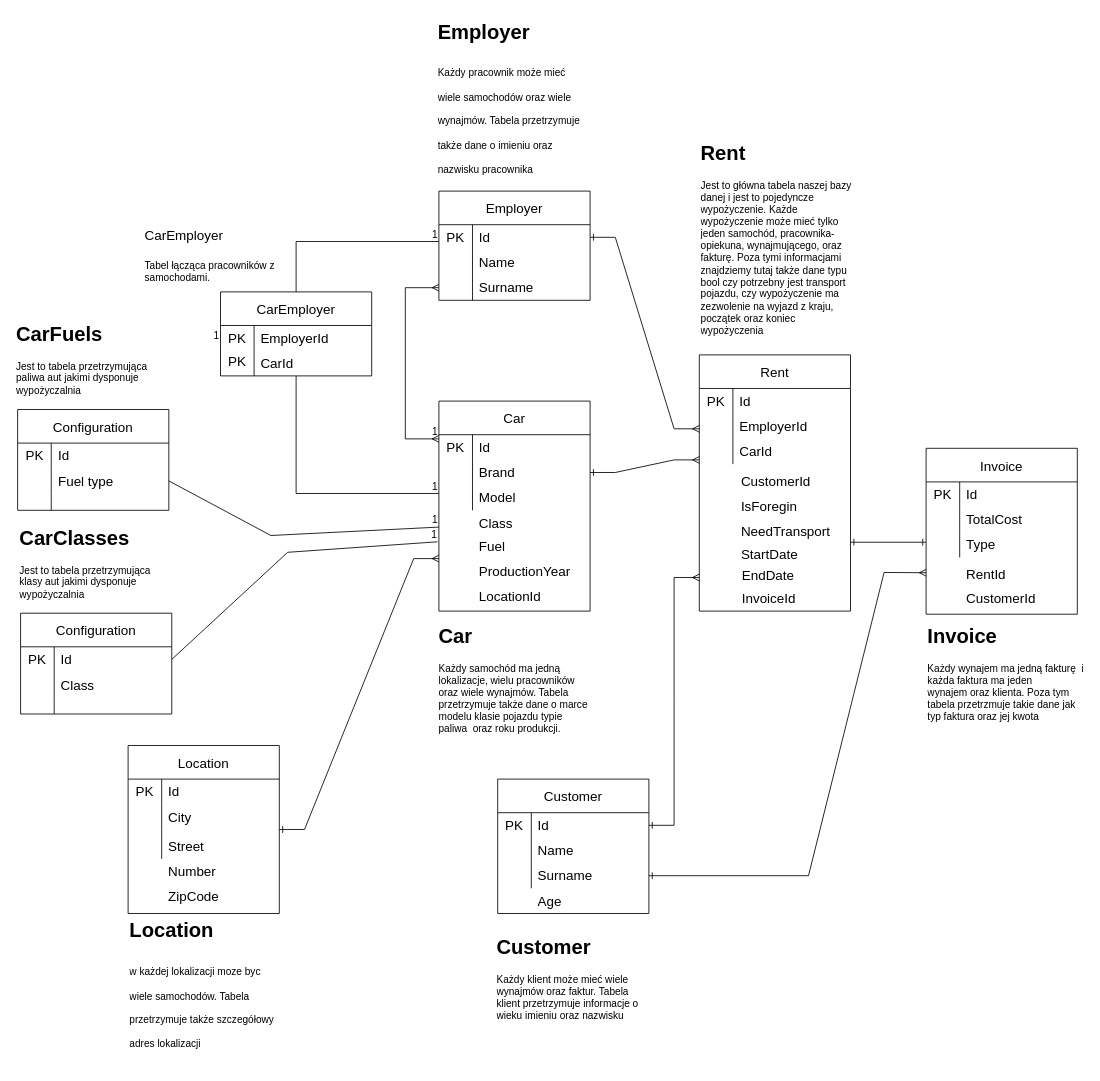
The draw.io diagram Homework warsztat.drawio in Tomasz98Zukowski/TripBudgetApp, before the edit. Source tidied: cells renumbered, new cells numbered last; positions are measured from the earlier drawing's top-left corner, leaving out a move shared by most shapes. Both pictures are drawn from the tidied source at 84%, with x=0, y=0 at pixel (14, 14).
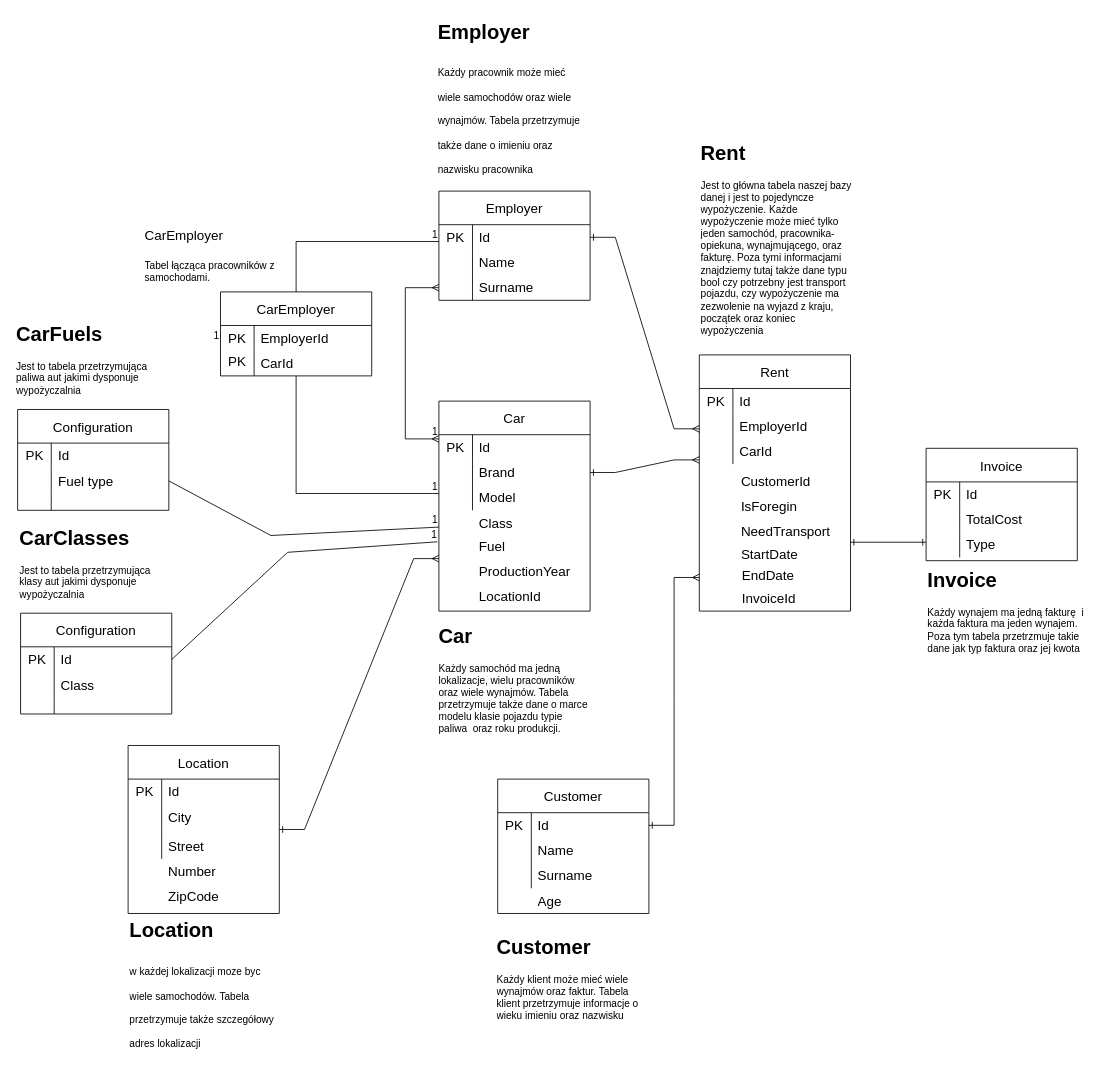
The same diagram, later.

Unchanged cells that the change refers to:
```xml
<mxCell id="23" style="shape=tableRow;horizontal=0;startSize=0;swimlaneHead=0;swimlaneBody=0;top=0;left=0;bottom=0;right=0;fillColor=none;points=[[0,0.5],[1,0.5]];portConstraint=eastwest;strokeColor=inherit;fontSize=16;" parent="16" vertex="1">
  <mxGeometry y="100" width="180" height="30" as="geometry" />
</mxCell>
```

Diff of the diagram source:
```diff
@@
     <mxCell id="85" value="Invoice" style="shape=table;startSize=40;childLayout=tableLayout;rowLines=0;fontStyle=0;strokeColor=default;fontSize=16;fillColor=default;" parent="1" vertex="1">
-      <mxGeometry x="1085" y="516.2" width="180" height="197.5" as="geometry" />
+      <mxGeometry x="1085" y="516.2" width="180" height="133.8" as="geometry" />
     </mxCell>
@@
-    <mxCell id="95" value="RentId" style="shape=partialRectangle;html=1;whiteSpace=wrap;fillColor=none;top=0;left=0;bottom=0;right=0;align=left;spacingLeft=6;overflow=hidden;strokeColor=inherit;fontSize=16;" parent="1" vertex="1">
-      <mxGeometry x="1125" y="651.2" width="140" height="30" as="geometry" />
-    </mxCell>
-    <mxCell id="96" value="CustomerId" style="shape=partialRectangle;html=1;whiteSpace=wrap;fillColor=none;top=0;left=0;bottom=0;right=0;align=left;spacingLeft=6;overflow=hidden;strokeColor=inherit;fontSize=16;" parent="1" vertex="1">
-      <mxGeometry x="1125" y="679.8" width="140" height="30" as="geometry" />
-    </mxCell>
@@
-    <mxCell id="99" value="&lt;h1 style=&quot;margin-top: 0px;&quot;&gt;Invoice&lt;/h1&gt;&lt;p&gt;Każdy wynajem ma jedną fakturę&amp;nbsp; i każda faktura ma jeden wynajem&amp;nbsp;&lt;span style=&quot;background-color: initial;&quot;&gt;oraz klienta&lt;/span&gt;&lt;span style=&quot;background-color: initial;&quot;&gt;. Poza tym tabela przetrzmuje takie dane jak typ faktura oraz jej kwota&lt;/span&gt;&lt;/p&gt;" style="text;html=1;whiteSpace=wrap;overflow=hidden;rounded=0;" parent="1" vertex="1">
-      <mxGeometry x="1085" y="720" width="190" height="130" as="geometry" />
+    <mxCell id="99" value="&lt;h1 style=&quot;margin-top: 0px;&quot;&gt;Invoice&lt;/h1&gt;&lt;p&gt;Każdy wynajem ma jedną fakturę&amp;nbsp; i każda faktura ma jeden wynajem&lt;span style=&quot;background-color: initial;&quot;&gt;. Poza tym tabela przetrzmuje takie dane jak typ faktura oraz jej kwota&lt;/span&gt;&lt;/p&gt;" style="text;html=1;whiteSpace=wrap;overflow=hidden;rounded=0;" parent="1" vertex="1">
+      <mxGeometry x="1085" y="653" width="190" height="130" as="geometry" />
     </mxCell>
-    <mxCell id="100" style="endArrow=ERmany;html=1;rounded=0;exitX=1;exitY=0.5;exitDx=0;exitDy=0;entryX=0;entryY=0.75;entryDx=0;entryDy=0;startArrow=ERone;startFill=0;endFill=0;" parent="1" edge="1" source="23" target="85">
-      <mxGeometry relative="1" as="geometry">
-        <Array as="points">
-          <mxPoint x="945" y="1025" />
-          <mxPoint x="1035" y="664" />
-        </Array>
-      </mxGeometry>
-    </mxCell>
```
